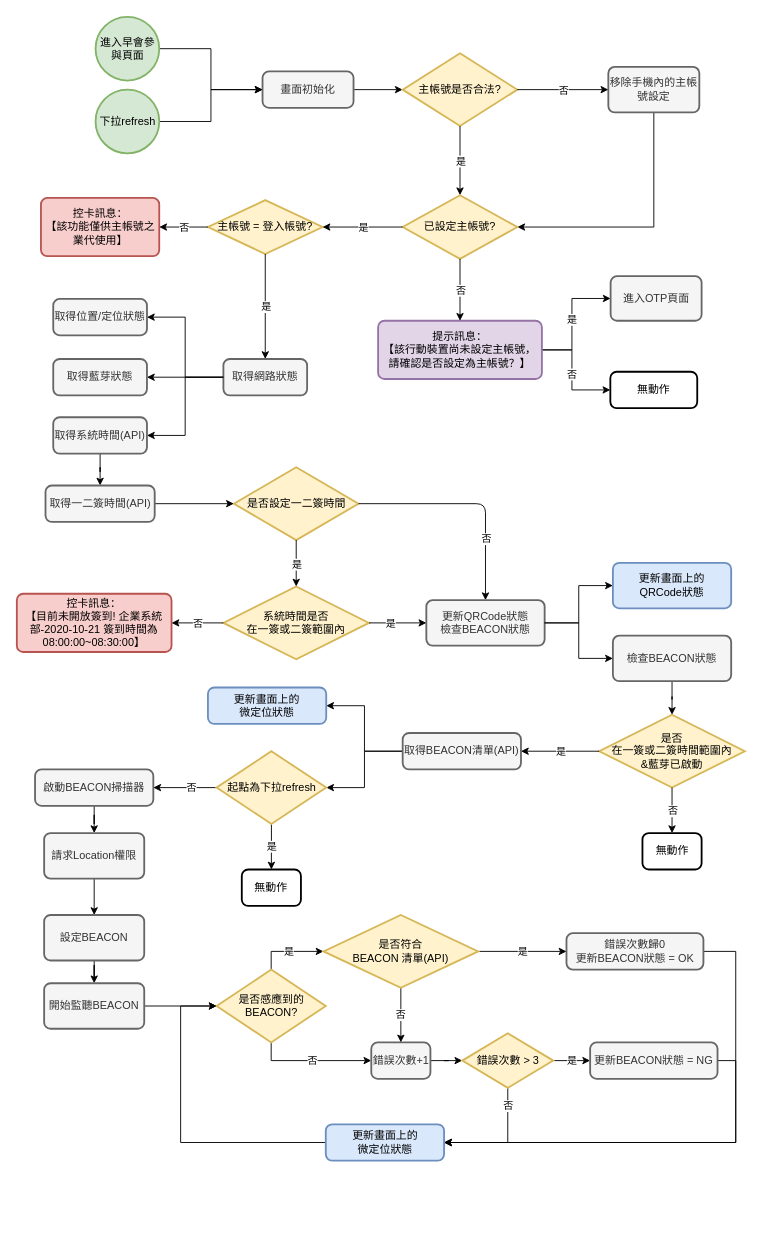
Before: page "第1頁" (1 of 2) of 未命名圖表.drawio in koosum112/LawAPI, a draw.io diagram. Source tidied: cells renumbered, new cells numbered last; positions are measured from the earlier drawing's top-left corner, leaving out a move shared by most shapes. Both pictures are drawn from the tidied source at 91%, with x=0, y=0 at pixel (16, 16).
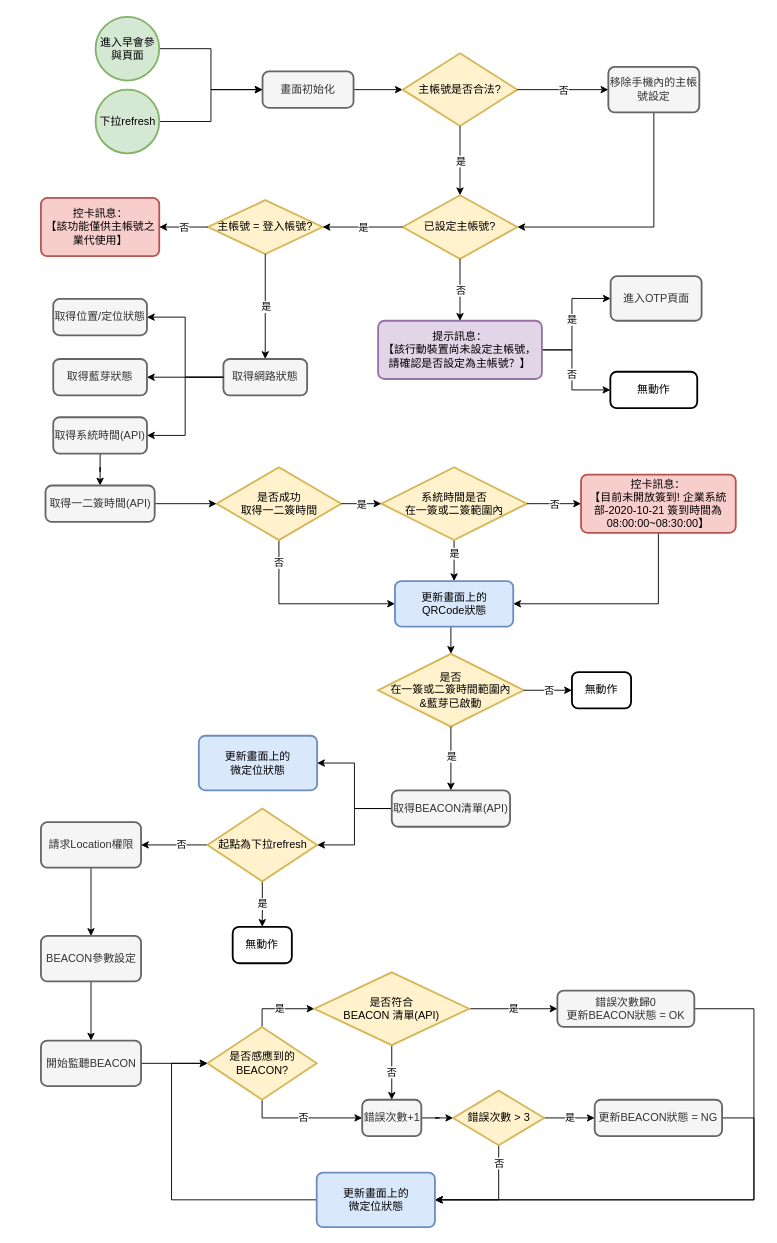
Above is the later version.

The change refers to these unchanged cells:
```xml
<mxCell id="38" value="取得一二簽時間(API)" style="rounded=1;whiteSpace=wrap;html=1;absoluteArcSize=1;arcSize=14;strokeWidth=2;fillColor=#f5f5f5;strokeColor=#666666;fontColor=#333333;" parent="1" vertex="1">
  <mxGeometry x="31.5" y="515" width="120" height="40" as="geometry" />
</mxCell>
```

Change to the diagram source:
```diff
@@
+    <mxCell id="43" value="否" style="edgeStyle=orthogonalEdgeStyle;rounded=0;jettySize=auto;html=1;exitX=0.5;exitY=1;exitDx=0;exitDy=0;exitPerimeter=0;entryX=0;entryY=0.5;entryDx=0;entryDy=0;" parent="1" edge="1" source="36" target="50">
+      <mxGeometry x="-0.75" relative="1" as="geometry" />
+    </mxCell>
-    <mxCell id="36" value="是否設定一二簽時間" style="strokeWidth=2;html=1;shape=mxgraph.flowchart.decision;whiteSpace=wrap;fillColor=#fff2cc;strokeColor=#d6b656;" parent="1" vertex="1">
-      <mxGeometry x="238.5" y="495" width="137" height="80" as="geometry" />
+    <mxCell id="36" value="是否成功&lt;br&gt;取得一二簽時間" style="strokeWidth=2;html=1;shape=mxgraph.flowchart.decision;whiteSpace=wrap;fillColor=#fff2cc;strokeColor=#d6b656;" parent="1" vertex="1">
+      <mxGeometry x="219.5" y="495" width="137" height="80" as="geometry" />
     </mxCell>
-    <mxCell id="37" style="edgeStyle=orthogonalEdgeStyle;rounded=0;jettySize=auto;html=1;" parent="1" edge="1" source="38" target="36">
+    <mxCell id="37" style="edgeStyle=orthogonalEdgeStyle;rounded=0;jettySize=auto;html=1;exitX=1;exitY=0.5;exitDx=0;exitDy=0;entryX=0;entryY=0.5;entryDx=0;entryDy=0;entryPerimeter=0;" parent="1" edge="1" source="38" target="36">
       <mxGeometry relative="1" as="geometry" />
     </mxCell>
@@
+    <mxCell id="46" value="是" style="edgeStyle=orthogonalEdgeStyle;rounded=0;jettySize=auto;html=1;exitX=0.5;exitY=1;exitDx=0;exitDy=0;exitPerimeter=0;entryX=0.5;entryY=0;entryDx=0;entryDy=0;" parent="1" edge="1" source="39" target="50">
+      <mxGeometry x="-0.33" relative="1" as="geometry" />
+    </mxCell>
     <mxCell id="39" value="系統時間是否&lt;br&gt;在一簽或二簽範圍內" style="strokeWidth=2;html=1;shape=mxgraph.flowchart.decision;whiteSpace=wrap;fillColor=#fff2cc;strokeColor=#d6b656;" parent="1" vertex="1">
-      <mxGeometry x="227" y="626" width="160" height="80" as="geometry" />
+      <mxGeometry x="400.5" y="495" width="160" height="80" as="geometry" />
     </mxCell>
-    <mxCell id="40" style="endArrow=classic;html=1;exitX=0.5;exitY=1;exitDx=0;exitDy=0;exitPerimeter=0;entryX=0.5;entryY=0;entryDx=0;entryDy=0;entryPerimeter=0;" parent="1" edge="1" source="36" target="39">
+    <mxCell id="40" style="endArrow=classic;html=1;exitX=1;exitY=0.5;exitDx=0;exitDy=0;exitPerimeter=0;entryX=0;entryY=0.5;entryDx=0;entryDy=0;entryPerimeter=0;" parent="1" edge="1" source="36" target="39">
       <mxGeometry relative="1" as="geometry" />
     </mxCell>
@@
-    <mxCell id="42" style="endArrow=classic;html=1;exitX=1;exitY=0.5;exitDx=0;exitDy=0;exitPerimeter=0;entryX=0.5;entryY=0;entryDx=0;entryDy=0;" parent="1" edge="1" source="36" target="44">
-      <mxGeometry relative="1" as="geometry">
-        <Array as="points">
-          <mxPoint x="515" y="535" />
-        </Array>
-      </mxGeometry>
-    </mxCell>
-    <mxCell id="43" value="否" style="edgeLabel;html=1;align=center;verticalAlign=middle;" parent="42" vertex="1">
-      <mxGeometry relative="1" as="geometry">
-        <mxPoint x="16.5" y="38.5" as="offset" />
-      </mxGeometry>
-    </mxCell>
-    <mxCell id="44" value="更新QRCode狀態&lt;br&gt;檢查BEACON狀態" style="rounded=1;whiteSpace=wrap;html=1;absoluteArcSize=1;arcSize=14;strokeWidth=2;fillColor=#f5f5f5;strokeColor=#666666;fontColor=#333333;" parent="1" vertex="1">
-      <mxGeometry x="450" y="641" width="130" height="50" as="geometry" />
-    </mxCell>
-    <mxCell id="45" style="endArrow=classic;html=1;exitX=1;exitY=0.5;exitDx=0;exitDy=0;exitPerimeter=0;entryX=0;entryY=0.5;entryDx=0;entryDy=0;" parent="1" edge="1" source="39" target="44">
-      <mxGeometry relative="1" as="geometry" />
-    </mxCell>
-    <mxCell id="46" value="是" style="edgeLabel;html=1;align=center;verticalAlign=middle;" parent="45" vertex="1">
-      <mxGeometry relative="1" as="geometry">
-        <mxPoint x="-9" as="offset" />
-      </mxGeometry>
-    </mxCell>
+    <mxCell id="98" style="edgeStyle=orthogonalEdgeStyle;rounded=0;jettySize=auto;html=1;exitX=0.5;exitY=1;exitDx=0;exitDy=0;entryX=1;entryY=0.5;entryDx=0;entryDy=0;" parent="1" edge="1" source="47" target="50">
+      <mxGeometry relative="1" as="geometry" />
+    </mxCell>
     <mxCell id="47" value="控卡訊息：&lt;br&gt;【目前未開放簽到! 企業系統部-2020-10-21 簽到時間為08:00:00~08:30:00】" style="rounded=1;whiteSpace=wrap;html=1;absoluteArcSize=1;arcSize=14;strokeWidth=2;fillColor=#f8cecc;strokeColor=#b85450;" parent="1" vertex="1">
-      <mxGeometry y="634" width="170" height="64" as="geometry" />
+      <mxGeometry x="620" y="503" width="170" height="64" as="geometry" />
     </mxCell>
-    <mxCell id="48" style="endArrow=classic;html=1;exitX=0;exitY=0.5;exitDx=0;exitDy=0;exitPerimeter=0;entryX=1;entryY=0.5;entryDx=0;entryDy=0;" parent="1" edge="1" source="39" target="47">
+    <mxCell id="48" style="endArrow=classic;html=1;exitX=1;exitY=0.5;exitDx=0;exitDy=0;exitPerimeter=0;entryX=0;entryY=0.5;entryDx=0;entryDy=0;" parent="1" edge="1" source="39" target="47">
       <mxGeometry relative="1" as="geometry" />
     </mxCell>
@@
+    <mxCell id="99" style="edgeStyle=orthogonalEdgeStyle;rounded=0;jettySize=auto;html=1;exitX=0.5;exitY=1;exitDx=0;exitDy=0;entryX=0.5;entryY=0;entryDx=0;entryDy=0;entryPerimeter=0;" parent="1" edge="1" source="50" target="55">
+      <mxGeometry relative="1" as="geometry" />
+    </mxCell>
     <mxCell id="50" value="更新畫面上的&lt;br&gt;QRCode狀態" style="rounded=1;whiteSpace=wrap;html=1;absoluteArcSize=1;arcSize=14;strokeWidth=2;fillColor=#dae8fc;strokeColor=#6c8ebf;" parent="1" vertex="1">
-      <mxGeometry x="655" y="600" width="130" height="50" as="geometry" />
+      <mxGeometry x="415.5" y="620" width="130" height="50" as="geometry" />
     </mxCell>
-    <mxCell id="51" style="edgeStyle=orthogonalEdgeStyle;rounded=0;jettySize=auto;html=1;entryX=0;entryY=0.5;entryDx=0;entryDy=0;exitX=1;exitY=0.5;exitDx=0;exitDy=0;" parent="1" edge="1" source="44" target="50">
-      <mxGeometry relative="1" as="geometry" />
-    </mxCell>
-    <mxCell id="52" style="edgeStyle=orthogonalEdgeStyle;rounded=0;jettySize=auto;html=1;" parent="1" edge="1" source="53" target="55">
-      <mxGeometry relative="1" as="geometry" />
-    </mxCell>
-    <mxCell id="53" value="檢查BEACON狀態" style="rounded=1;whiteSpace=wrap;html=1;absoluteArcSize=1;arcSize=14;strokeWidth=2;fillColor=#f5f5f5;strokeColor=#666666;fontColor=#333333;" parent="1" vertex="1">
-      <mxGeometry x="655" y="680" width="130" height="50" as="geometry" />
-    </mxCell>
-    <mxCell id="54" style="edgeStyle=orthogonalEdgeStyle;rounded=0;jettySize=auto;html=1;entryX=0;entryY=0.5;entryDx=0;entryDy=0;exitX=1;exitY=0.5;exitDx=0;exitDy=0;" parent="1" edge="1" source="44" target="53">
-      <mxGeometry relative="1" as="geometry" />
-    </mxCell>
     <mxCell id="55" value="是否&lt;br&gt;在一簽或二簽時間範圍內&lt;br&gt;&amp;amp;藍芽已啟動" style="strokeWidth=2;html=1;shape=mxgraph.flowchart.decision;whiteSpace=wrap;fillColor=#fff2cc;strokeColor=#d6b656;" parent="1" vertex="1">
-      <mxGeometry x="640" y="767" width="160" height="80" as="geometry" />
+      <mxGeometry x="397" y="700" width="160" height="80" as="geometry" />
     </mxCell>
@@
     <mxCell id="58" value="取得BEACON清單(API)" style="rounded=1;whiteSpace=wrap;html=1;absoluteArcSize=1;arcSize=14;strokeWidth=2;fillColor=#f5f5f5;strokeColor=#666666;fontColor=#333333;" parent="1" vertex="1">
-      <mxGeometry x="424" y="787" width="130" height="40" as="geometry" />
+      <mxGeometry x="412" y="850" width="130" height="40" as="geometry" />
     </mxCell>
-    <mxCell id="59" style="endArrow=classic;html=1;exitX=0;exitY=0.5;exitDx=0;exitDy=0;exitPerimeter=0;entryX=1;entryY=0.5;entryDx=0;entryDy=0;" parent="1" edge="1" source="55" target="58">
+    <mxCell id="59" style="endArrow=classic;html=1;exitX=0.5;exitY=1;exitDx=0;exitDy=0;exitPerimeter=0;entryX=0.5;entryY=0;entryDx=0;entryDy=0;" parent="1" edge="1" source="55" target="58">
       <mxGeometry relative="1" as="geometry" />
     </mxCell>
     <mxCell id="60" value="是" style="edgeLabel;html=1;align=center;verticalAlign=middle;" parent="59" vertex="1">
-      <mxGeometry relative="1" as="geometry" />
+      <mxGeometry relative="1" as="geometry">
+        <mxPoint y="-3" as="offset" />
+      </mxGeometry>
     </mxCell>
-    <mxCell id="61" style="edgeStyle=orthogonalEdgeStyle;rounded=0;jettySize=auto;html=1;" parent="1" edge="1" source="62" target="69">
-      <mxGeometry relative="1" as="geometry" />
-    </mxCell>
-    <mxCell id="62" value="啟動BEACON掃描器" style="rounded=1;whiteSpace=wrap;html=1;absoluteArcSize=1;arcSize=14;strokeWidth=2;fillColor=#f5f5f5;strokeColor=#666666;fontColor=#333333;" parent="1" vertex="1">
-      <mxGeometry x="20" y="827" width="130" height="40" as="geometry" />
-    </mxCell>
     <mxCell id="63" value="無動作" style="rounded=1;whiteSpace=wrap;html=1;absoluteArcSize=1;arcSize=14;strokeWidth=2;" parent="1" vertex="1">
-      <mxGeometry x="687.5" y="897" width="65" height="40" as="geometry" />
+      <mxGeometry x="610" y="720" width="65" height="40" as="geometry" />
     </mxCell>
-    <mxCell id="64" style="endArrow=classic;html=1;exitX=0.5;exitY=1;exitDx=0;exitDy=0;exitPerimeter=0;entryX=0.5;entryY=0;entryDx=0;entryDy=0;" parent="1" edge="1" source="55" target="63">
+    <mxCell id="64" style="endArrow=classic;html=1;exitX=1;exitY=0.5;exitDx=0;exitDy=0;exitPerimeter=0;entryX=0;entryY=0.5;entryDx=0;entryDy=0;" parent="1" edge="1" source="55" target="63">
       <mxGeometry relative="1" as="geometry" />
     </mxCell>
@@
     <mxCell id="66" style="edgeStyle=orthogonalEdgeStyle;rounded=0;jettySize=auto;html=1;exitX=0;exitY=0.5;exitDx=0;exitDy=0;entryX=0;entryY=0.5;entryDx=0;entryDy=0;entryPerimeter=0;" parent="1" edge="1" source="67" target="74">
       <mxGeometry relative="1" as="geometry">
         <Array as="points">
-          <mxPoint x="180" y="1237" />
-          <mxPoint x="180" y="1087" />
+          <mxPoint x="170" y="1300" />
+          <mxPoint x="170" y="1150" />
         </Array>
       </mxGeometry>
     </mxCell>
     <mxCell id="67" value="更新畫面上的&lt;br&gt;微定位狀態" style="rounded=1;whiteSpace=wrap;html=1;absoluteArcSize=1;arcSize=14;strokeWidth=2;fillColor=#dae8fc;strokeColor=#6c8ebf;" parent="1" vertex="1">
-      <mxGeometry x="339.5" y="1217" width="130" height="40" as="geometry" />
+      <mxGeometry x="329.5" y="1270" width="130" height="60" as="geometry" />
     </mxCell>
@@
     <mxCell id="69" value="請求Location權限" style="rounded=1;whiteSpace=wrap;html=1;absoluteArcSize=1;arcSize=14;strokeWidth=2;fillColor=#f5f5f5;strokeColor=#666666;fontColor=#333333;" parent="1" vertex="1">
-      <mxGeometry x="30" y="897" width="110" height="50" as="geometry" />
+      <mxGeometry x="26.5" y="885" width="110" height="50" as="geometry" />
     </mxCell>
@@
-    <mxCell id="71" value="設定BEACON" style="rounded=1;whiteSpace=wrap;html=1;absoluteArcSize=1;arcSize=14;strokeWidth=2;fillColor=#f5f5f5;strokeColor=#666666;fontColor=#333333;" parent="1" vertex="1">
-      <mxGeometry x="30" y="987" width="110" height="50" as="geometry" />
+    <mxCell id="71" value="BEACON參數設定" style="rounded=1;whiteSpace=wrap;html=1;absoluteArcSize=1;arcSize=14;strokeWidth=2;fillColor=#f5f5f5;strokeColor=#666666;fontColor=#333333;" parent="1" vertex="1">
+      <mxGeometry x="26.5" y="1010" width="110" height="50" as="geometry" />
     </mxCell>
@@
     <mxCell id="74" value="是否感應到的BEACON?" style="strokeWidth=2;html=1;shape=mxgraph.flowchart.decision;whiteSpace=wrap;fillColor=#fff2cc;strokeColor=#d6b656;" parent="1" vertex="1">
-      <mxGeometry x="219.5" y="1047" width="120" height="80" as="geometry" />
+      <mxGeometry x="209.5" y="1110" width="120" height="80" as="geometry" />
     </mxCell>
@@
     <mxCell id="76" value="開始監聽BEACON" style="rounded=1;whiteSpace=wrap;html=1;absoluteArcSize=1;arcSize=14;strokeWidth=2;fillColor=#f5f5f5;strokeColor=#666666;fontColor=#333333;" parent="1" vertex="1">
-      <mxGeometry x="30" y="1062" width="110" height="50" as="geometry" />
+      <mxGeometry x="26.5" y="1125" width="110" height="50" as="geometry" />
     </mxCell>
@@
     <mxCell id="78" value="錯誤次數+1" style="rounded=1;whiteSpace=wrap;html=1;absoluteArcSize=1;arcSize=14;strokeWidth=2;fillColor=#f5f5f5;strokeColor=#666666;fontColor=#333333;" parent="1" vertex="1">
-      <mxGeometry x="389.5" y="1127" width="65" height="40" as="geometry" />
+      <mxGeometry x="379.5" y="1190" width="65" height="40" as="geometry" />
     </mxCell>
     <mxCell id="79" style="edgeStyle=orthogonalEdgeStyle;rounded=0;jettySize=auto;html=1;exitX=1;exitY=0.5;exitDx=0;exitDy=0;entryX=1;entryY=0.5;entryDx=0;entryDy=0;" parent="1" edge="1" source="80" target="67">
       <mxGeometry relative="1" as="geometry">
         <Array as="points">
-          <mxPoint x="790" y="1027" />
-          <mxPoint x="790" y="1237" />
+          <mxPoint x="810" y="1090" />
+          <mxPoint x="810" y="1300" />
         </Array>
       </mxGeometry>
     </mxCell>
     <mxCell id="80" value="錯誤次數歸0&lt;br&gt;更新BEACON狀態 = OK" style="rounded=1;whiteSpace=wrap;html=1;absoluteArcSize=1;arcSize=14;strokeWidth=2;fillColor=#f5f5f5;strokeColor=#666666;fontColor=#333333;" parent="1" vertex="1">
-      <mxGeometry x="604" y="1007" width="150.5" height="40" as="geometry" />
+      <mxGeometry x="594" y="1070" width="150.5" height="40" as="geometry" />
     </mxCell>
@@
     <mxCell id="83" value="是否符合&lt;br&gt;BEACON 清單(API)" style="strokeWidth=2;html=1;shape=mxgraph.flowchart.decision;whiteSpace=wrap;fillColor=#fff2cc;strokeColor=#d6b656;" parent="1" vertex="1">
-      <mxGeometry x="337" y="987" width="170" height="80" as="geometry" />
+      <mxGeometry x="327" y="1050" width="170" height="80" as="geometry" />
     </mxCell>
@@
     <mxCell id="86" value="錯誤次數 &amp;gt; 3" style="strokeWidth=2;html=1;shape=mxgraph.flowchart.decision;whiteSpace=wrap;fillColor=#fff2cc;strokeColor=#d6b656;" parent="1" vertex="1">
-      <mxGeometry x="489.5" y="1117" width="100" height="60" as="geometry" />
+      <mxGeometry x="479.5" y="1180" width="100" height="60" as="geometry" />
     </mxCell>
     <mxCell id="87" style="edgeStyle=orthogonalEdgeStyle;rounded=0;jettySize=auto;html=1;exitX=1;exitY=0.5;exitDx=0;exitDy=0;entryX=1;entryY=0.5;entryDx=0;entryDy=0;" parent="1" edge="1" source="88" target="67">
       <mxGeometry relative="1" as="geometry">
         <Array as="points">
-          <mxPoint x="790" y="1147" />
-          <mxPoint x="790" y="1237" />
+          <mxPoint x="810" y="1210" />
+          <mxPoint x="810" y="1300" />
         </Array>
       </mxGeometry>
     </mxCell>
     <mxCell id="88" value="更新BEACON狀態 = NG" style="rounded=1;whiteSpace=wrap;html=1;absoluteArcSize=1;arcSize=14;strokeWidth=2;fillColor=#f5f5f5;strokeColor=#666666;fontColor=#333333;" parent="1" vertex="1">
-      <mxGeometry x="630" y="1127" width="140" height="40" as="geometry" />
+      <mxGeometry x="635" y="1190" width="140" height="40" as="geometry" />
     </mxCell>
     <mxCell id="89" value="更新畫面上的&lt;br&gt;微定位狀態" style="rounded=1;whiteSpace=wrap;html=1;absoluteArcSize=1;arcSize=14;strokeWidth=2;fillColor=#dae8fc;strokeColor=#6c8ebf;" parent="1" vertex="1">
-      <mxGeometry x="210" y="737" width="130" height="40" as="geometry" />
+      <mxGeometry x="200" y="790" width="130" height="60" as="geometry" />
     </mxCell>
@@
-    <mxCell id="91" style="edgeStyle=orthogonalEdgeStyle;rounded=0;jettySize=auto;html=1;exitX=0;exitY=0.5;exitDx=0;exitDy=0;exitPerimeter=0;entryX=1;entryY=0.5;entryDx=0;entryDy=0;" parent="1" edge="1" source="94" target="62">
+    <mxCell id="91" style="edgeStyle=orthogonalEdgeStyle;rounded=0;jettySize=auto;html=1;exitX=0;exitY=0.5;exitDx=0;exitDy=0;exitPerimeter=0;entryX=1;entryY=0.5;entryDx=0;entryDy=0;" parent="1" edge="1" source="94" target="69">
       <mxGeometry relative="1" as="geometry" />
     </mxCell>
@@
     <mxCell id="94" value="起點為下拉refresh" style="strokeWidth=2;html=1;shape=mxgraph.flowchart.decision;whiteSpace=wrap;fillColor=#fff2cc;strokeColor=#d6b656;" parent="1" vertex="1">
-      <mxGeometry x="219.5" y="807" width="120.5" height="80" as="geometry" />
+      <mxGeometry x="209.5" y="870" width="120.5" height="80" as="geometry" />
     </mxCell>
@@
     <mxCell id="97" value="無動作" style="rounded=1;whiteSpace=wrap;html=1;absoluteArcSize=1;arcSize=14;strokeWidth=2;" parent="1" vertex="1">
-      <mxGeometry x="247.2" y="937" width="65" height="40" as="geometry" />
+      <mxGeometry x="237.2" y="1000" width="65" height="40" as="geometry" />
     </mxCell>
```
